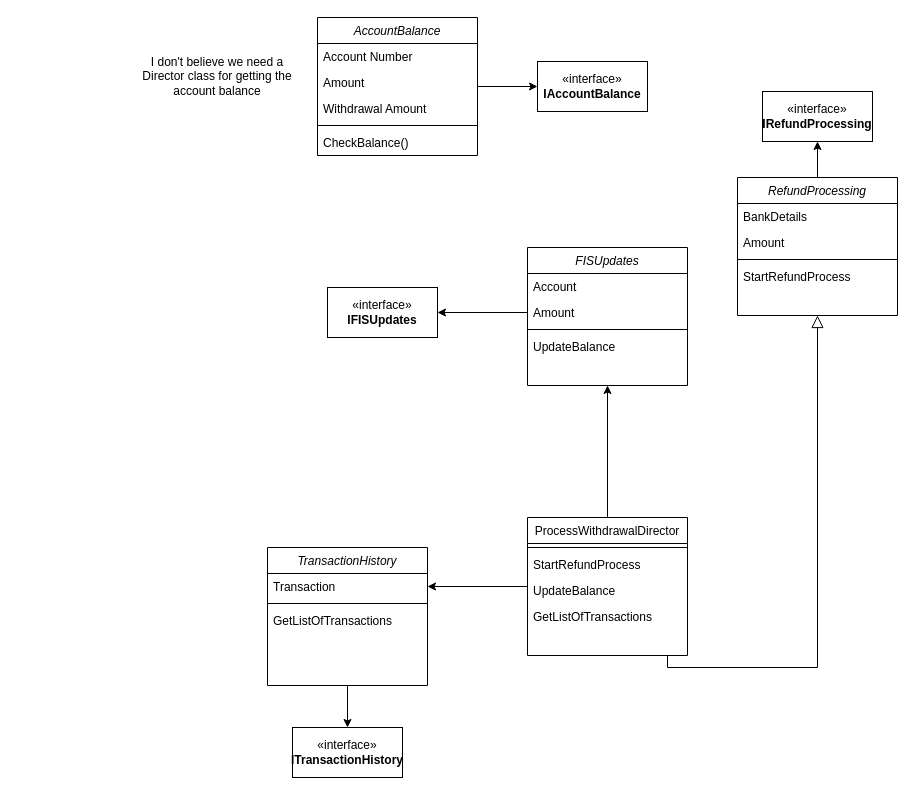
This is CashWithdrawalsClassDiagram.drawio from mattwatts36/drawings, a draw.io file, before an edit. Source tidied: cells renumbered, new cells numbered last; positions are measured from the earlier drawing's top-left corner, leaving out a move shared by most shapes. Both pictures are drawn from the tidied source at 100%, with x=0, y=0 at pixel (137, 17).
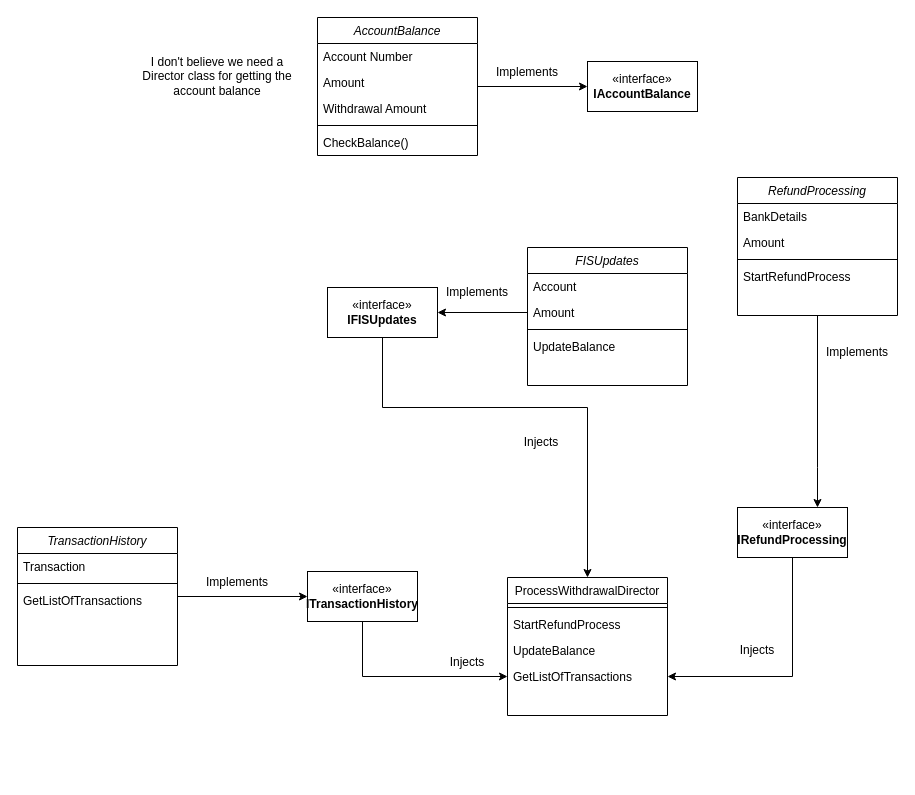
The same diagram, later.

Commit message:
Added implement or injects

Unchanged cells that the change refers to:
```xml
<mxCell id="10" value="RefundProcessing" style="swimlane;fontStyle=2;align=center;verticalAlign=top;horizontal=1;startSize=26;rounded=0;shadow=0;strokeWidth=1;" parent="1" vertex="1">
  <mxGeometry x="600" y="160" width="160" height="138" as="geometry" />
</mxCell>
<mxCell id="21" value="GetListOfTransactions" style="text;align=left;verticalAlign=top;spacingLeft=4;spacingRight=4;overflow=hidden;points=[[0,0.5],[1,0.5]];portConstraint=eastwest;" parent="17" vertex="1">
  <mxGeometry y="86" width="160" height="26" as="geometry" />
</mxCell>
<mxCell id="23" value="FISUpdates" style="swimlane;fontStyle=2;align=center;verticalAlign=top;horizontal=1;startSize=26;rounded=0;shadow=0;strokeWidth=1;" parent="1" vertex="1">
  <mxGeometry x="390" y="230" width="160" height="138" as="geometry" />
</mxCell>
<mxCell id="30" value="Transaction" style="text;align=left;verticalAlign=top;spacingLeft=4;spacingRight=4;overflow=hidden;points=[[0,0.5],[1,0.5]];portConstraint=eastwest;" parent="29" vertex="1">
  <mxGeometry y="26" width="160" height="26" as="geometry" />
</mxCell>
<mxCell id="36" value="«interface»&lt;br&gt;&lt;b&gt;IFISUpdates&lt;/b&gt;" style="html=1;whiteSpace=wrap;" parent="1" vertex="1">
  <mxGeometry x="190" y="270" width="110" height="50" as="geometry" />
</mxCell>
```

Change to the diagram source:
```diff
@@
     <mxCell id="9" style="edgeStyle=orthogonalEdgeStyle;rounded=0;jettySize=auto;html=1;" parent="1" edge="1" source="10" target="38">
-      <mxGeometry relative="1" as="geometry" />
+      <mxGeometry relative="1" as="geometry">
+        <Array as="points">
+          <mxPoint x="680" y="450" />
+          <mxPoint x="680" y="450" />
+        </Array>
+      </mxGeometry>
     </mxCell>
@@
-    <mxCell id="15" style="edgeStyle=orthogonalEdgeStyle;rounded=0;jettySize=auto;html=1;entryX=0.5;entryY=1;entryDx=0;entryDy=0;" parent="1" edge="1" source="17" target="23">
-      <mxGeometry relative="1" as="geometry" />
-    </mxCell>
-    <mxCell id="16" style="edgeStyle=orthogonalEdgeStyle;rounded=0;jettySize=auto;html=1;" parent="1" edge="1" source="17" target="30">
-      <mxGeometry relative="1" as="geometry" />
-    </mxCell>
     <mxCell id="17" value="ProcessWithdrawalDirector" style="swimlane;fontStyle=0;align=center;verticalAlign=top;horizontal=1;startSize=26;rounded=0;shadow=0;strokeWidth=1;" parent="1" vertex="1">
-      <mxGeometry x="390" y="500" width="160" height="138" as="geometry" />
+      <mxGeometry x="370" y="560" width="160" height="138" as="geometry" />
     </mxCell>
@@
-    <mxCell id="22" style="endArrow=block;endSize=10;endFill=0;shadow=0;strokeWidth=1;rounded=0;edgeStyle=elbowEdgeStyle;elbow=vertical;" parent="1" edge="1" source="17" target="10">
-      <mxGeometry relative="1" as="geometry">
-        <Array as="points">
-          <mxPoint x="530" y="650" />
-        </Array>
-      </mxGeometry>
-    </mxCell>
@@
     <mxCell id="29" value="TransactionHistory" style="swimlane;fontStyle=2;align=center;verticalAlign=top;horizontal=1;startSize=26;rounded=0;shadow=0;strokeWidth=1;" parent="1" vertex="1">
-      <mxGeometry x="130" y="530" width="160" height="138" as="geometry" />
+      <mxGeometry x="-120" y="510" width="160" height="138" as="geometry" />
     </mxCell>
@@
+    <mxCell id="39" style="edgeStyle=orthogonalEdgeStyle;rounded=0;jettySize=auto;html=1;" parent="1" edge="1" source="33" target="21">
+      <mxGeometry relative="1" as="geometry" />
+    </mxCell>
     <mxCell id="33" value="«interface»&lt;br&gt;&lt;b&gt;ITransactionHistory&lt;/b&gt;" style="html=1;whiteSpace=wrap;" parent="1" vertex="1">
-      <mxGeometry x="155" y="710" width="110" height="50" as="geometry" />
+      <mxGeometry x="170" y="554" width="110" height="50" as="geometry" />
     </mxCell>
@@
     <mxCell id="35" value="«interface»&lt;br&gt;&lt;b&gt;IAccountBalance&lt;/b&gt;" style="html=1;whiteSpace=wrap;" parent="1" vertex="1">
-      <mxGeometry x="400" y="44" width="110" height="50" as="geometry" />
+      <mxGeometry x="450" y="44" width="110" height="50" as="geometry" />
     </mxCell>
+    <mxCell id="40" style="edgeStyle=orthogonalEdgeStyle;rounded=0;jettySize=auto;html=1;entryX=0.5;entryY=0;entryDx=0;entryDy=0;" parent="1" edge="1" source="36" target="17">
+      <mxGeometry relative="1" as="geometry">
+        <Array as="points">
+          <mxPoint x="245" y="390" />
+          <mxPoint x="450" y="390" />
+        </Array>
+      </mxGeometry>
+    </mxCell>
@@
+    <mxCell id="41" style="edgeStyle=orthogonalEdgeStyle;rounded=0;jettySize=auto;html=1;" parent="1" edge="1" source="38" target="21">
+      <mxGeometry relative="1" as="geometry" />
+    </mxCell>
     <mxCell id="38" value="«interface»&lt;br&gt;&lt;b&gt;IRefundProcessing&lt;/b&gt;" style="html=1;whiteSpace=wrap;" parent="1" vertex="1">
-      <mxGeometry x="625" y="74" width="110" height="50" as="geometry" />
+      <mxGeometry x="600" y="490" width="110" height="50" as="geometry" />
     </mxCell>
+    <mxCell id="42" value="Implements" style="text;html=1;strokeColor=none;fillColor=none;align=center;verticalAlign=middle;whiteSpace=wrap;rounded=0;" parent="1" vertex="1">
+      <mxGeometry x="310" y="260" width="60" height="30" as="geometry" />
+    </mxCell>
+    <mxCell id="43" value="Implements" style="text;html=1;strokeColor=none;fillColor=none;align=center;verticalAlign=middle;whiteSpace=wrap;rounded=0;" parent="1" vertex="1">
+      <mxGeometry x="70" y="550" width="60" height="30" as="geometry" />
+    </mxCell>
+    <mxCell id="44" value="Implements" style="text;html=1;strokeColor=none;fillColor=none;align=center;verticalAlign=middle;whiteSpace=wrap;rounded=0;" parent="1" vertex="1">
+      <mxGeometry x="690" y="320" width="60" height="30" as="geometry" />
+    </mxCell>
+    <mxCell id="45" value="Implements" style="text;html=1;strokeColor=none;fillColor=none;align=center;verticalAlign=middle;whiteSpace=wrap;rounded=0;" parent="1" vertex="1">
+      <mxGeometry x="360" y="40" width="60" height="30" as="geometry" />
+    </mxCell>
+    <mxCell id="46" value="Injects" style="text;html=1;strokeColor=none;fillColor=none;align=center;verticalAlign=middle;whiteSpace=wrap;rounded=0;" parent="1" vertex="1">
+      <mxGeometry x="374" y="410" width="60" height="30" as="geometry" />
+    </mxCell>
+    <mxCell id="47" value="Injects" style="text;html=1;strokeColor=none;fillColor=none;align=center;verticalAlign=middle;whiteSpace=wrap;rounded=0;" parent="1" vertex="1">
+      <mxGeometry x="300" y="630" width="60" height="30" as="geometry" />
+    </mxCell>
+    <mxCell id="48" value="Injects" style="text;html=1;strokeColor=none;fillColor=none;align=center;verticalAlign=middle;whiteSpace=wrap;rounded=0;" parent="1" vertex="1">
+      <mxGeometry x="590" y="618" width="60" height="30" as="geometry" />
+    </mxCell>
```
